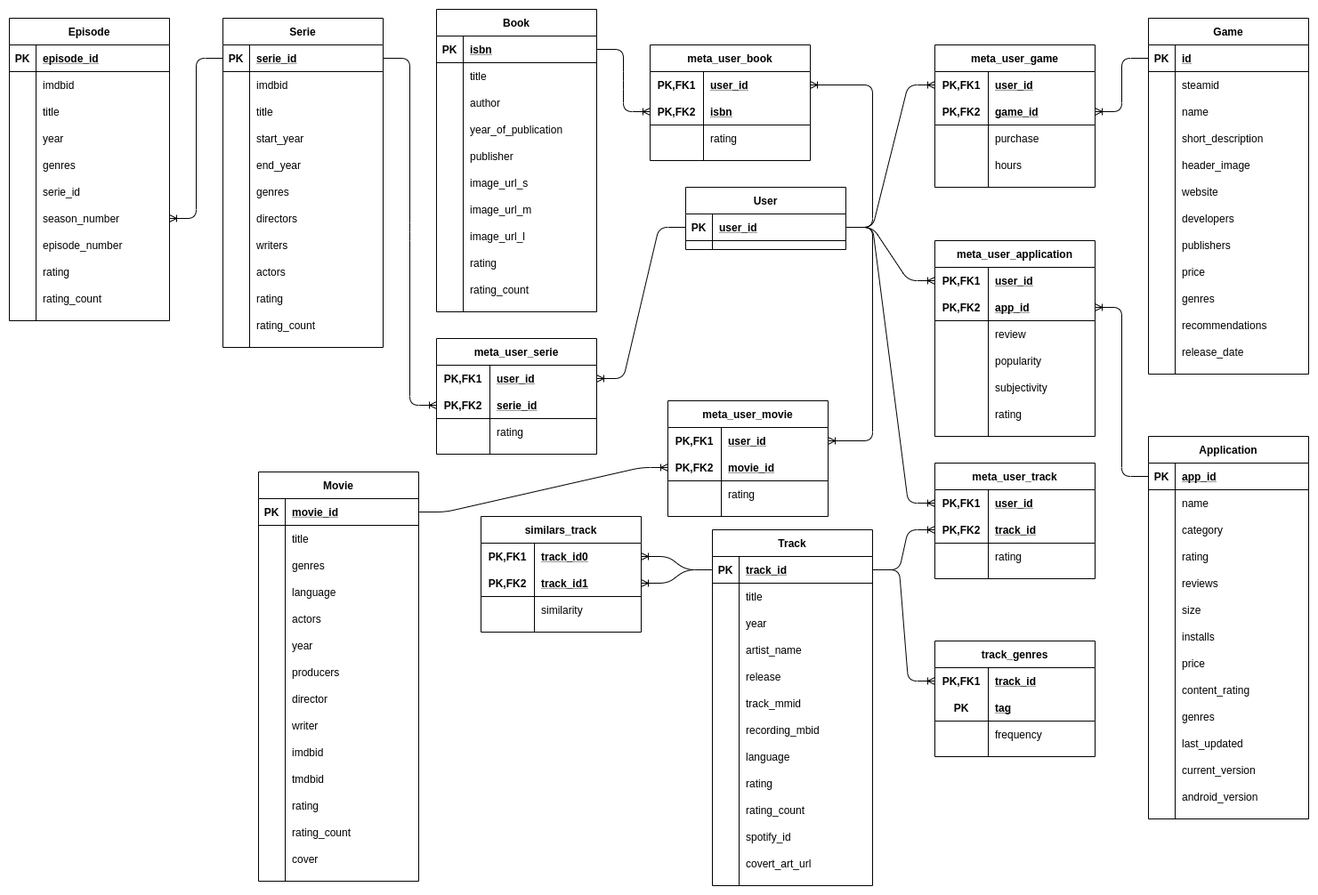
RomainCtl/RecoFinement-Datasets keeps this draw.io diagram as relationships.png. Above is the earlier version. Source tidied: cells renumbered, new cells last; positions are measured from the earlier drawing's top-left corner, leaving out a move shared by most shapes.
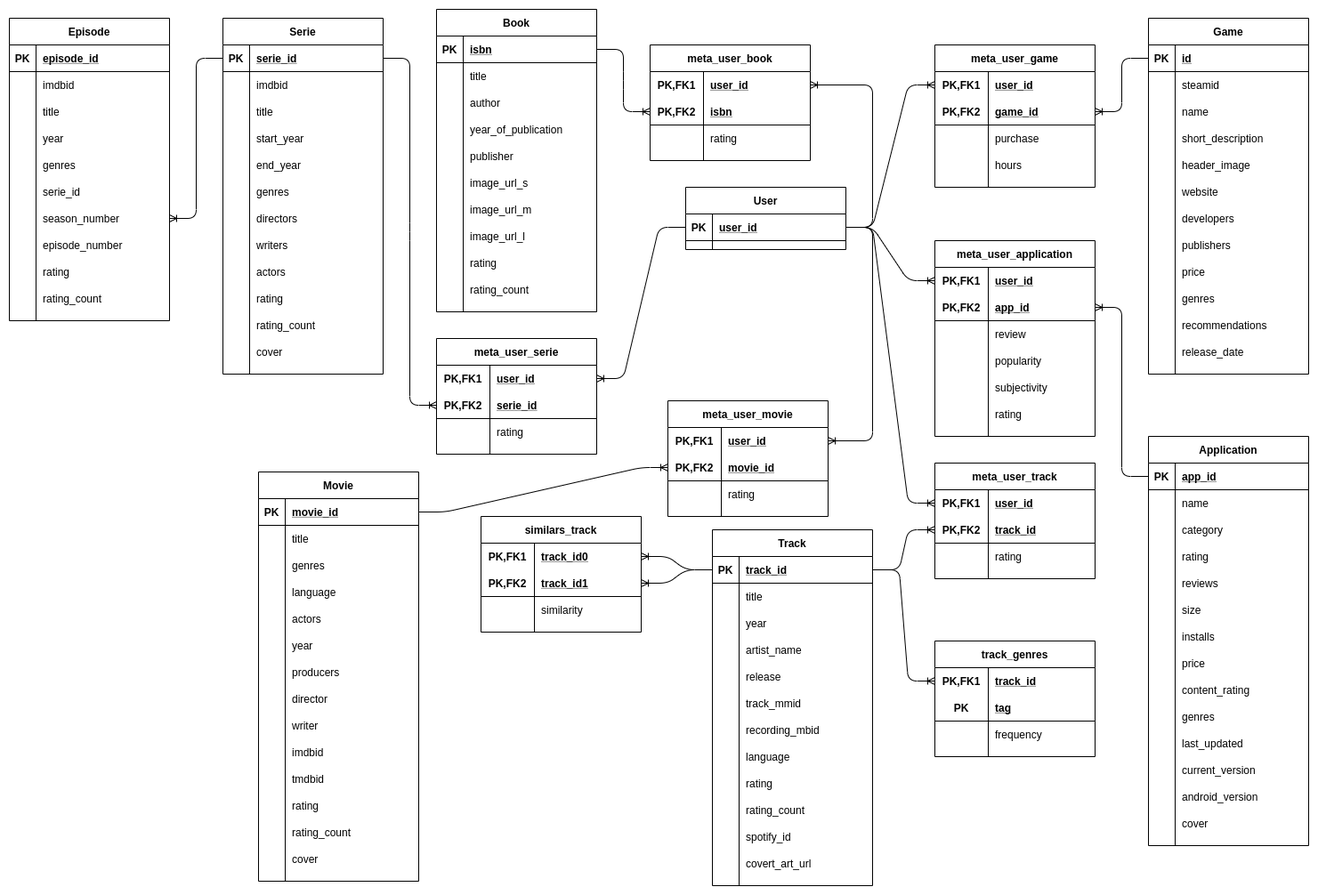
The same diagram one commit later.

Commit message:
Add serie and application cover

What changed in the source:
```diff
@@ -312,7 +312,7 @@
       <mxGeometry x="30" width="150" height="30" as="geometry" />
     </mxCell>
     <mxCell id="105" value="Serie" style="shape=table;startSize=30;rowLines=0;fontStyle=1;align=center;" parent="1" vertex="1">
-      <mxGeometry x="240" y="10" width="180" height="370" as="geometry" />
+      <mxGeometry x="240" y="10" width="180" height="400" as="geometry" />
     </mxCell>
     <mxCell id="106" style="shape=partialRectangle;fillColor=none;top=0;left=0;bottom=1;right=0;points=[[0,0.5],[1,0.5]];portConstraint=eastwest;" parent="105" vertex="1">
       <mxGeometry y="30" width="180" height="30" as="geometry" />
@@ -413,6 +413,15 @@
     <mxCell id="138" value="rating_count" style="shape=partialRectangle;fillColor=none;top=0;left=0;bottom=0;right=0;align=left;spacingLeft=6;overflow=hidden;" parent="136" vertex="1">
       <mxGeometry x="30" width="150" height="30" as="geometry" />
     </mxCell>
+    <mxCell id="367" style="shape=partialRectangle;fillColor=none;top=0;left=0;bottom=0;right=0;" parent="105" vertex="1">
+      <mxGeometry y="360" width="180" height="30" as="geometry" />
+    </mxCell>
+    <mxCell id="368" style="shape=partialRectangle;fillColor=none;top=0;left=0;bottom=0;right=0;overflow=hidden;" parent="367" vertex="1">
+      <mxGeometry width="30" height="30" as="geometry" />
+    </mxCell>
+    <mxCell id="369" value="cover" style="shape=partialRectangle;fillColor=none;top=0;left=0;bottom=0;right=0;align=left;spacingLeft=6;overflow=hidden;" parent="367" vertex="1">
+      <mxGeometry x="30" width="150" height="30" as="geometry" />
+    </mxCell>
     <mxCell id="139" value="Episode" style="shape=table;startSize=30;rowLines=0;fontStyle=1;align=center;" parent="1" vertex="1">
       <mxGeometry y="10" width="180" height="340" as="geometry" />
     </mxCell>
@@ -507,7 +516,7 @@
       <mxGeometry x="30" width="150" height="30" as="geometry" />
     </mxCell>
     <mxCell id="170" value="Application" style="shape=table;startSize=30;rowLines=0;fontStyle=1;align=center;" parent="1" vertex="1">
-      <mxGeometry x="1280" y="480" width="180" height="430" as="geometry" />
+      <mxGeometry x="1280" y="480" width="180" height="460" as="geometry" />
     </mxCell>
     <mxCell id="171" style="shape=partialRectangle;fillColor=none;top=0;left=0;bottom=1;right=0;points=[[0,0.5],[1,0.5]];portConstraint=eastwest;" parent="170" vertex="1">
       <mxGeometry y="30" width="180" height="30" as="geometry" />
@@ -626,6 +635,15 @@
     <mxCell id="209" value="android_version" style="shape=partialRectangle;fillColor=none;top=0;left=0;bottom=0;right=0;align=left;spacingLeft=6;overflow=hidden;" parent="207" vertex="1">
       <mxGeometry x="30" width="150" height="30" as="geometry" />
     </mxCell>
+    <mxCell id="370" style="shape=partialRectangle;fillColor=none;top=0;left=0;bottom=0;right=0;" parent="170" vertex="1">
+      <mxGeometry y="420" width="180" height="30" as="geometry" />
+    </mxCell>
+    <mxCell id="371" style="shape=partialRectangle;fillColor=none;top=0;left=0;bottom=0;right=0;overflow=hidden;" parent="370" vertex="1">
+      <mxGeometry width="30" height="30" as="geometry" />
+    </mxCell>
+    <mxCell id="372" value="cover" style="shape=partialRectangle;fillColor=none;top=0;left=0;bottom=0;right=0;align=left;spacingLeft=6;overflow=hidden;" parent="370" vertex="1">
+      <mxGeometry x="30" width="150" height="30" as="geometry" />
+    </mxCell>
     <mxCell id="210" style="edgeStyle=entityRelationEdgeStyle;fontSize=12;html=1;endArrow=ERoneToMany;" parent="1" edge="1" source="102" target="213">
       <mxGeometry relative="1" as="geometry" />
     </mxCell>
```
